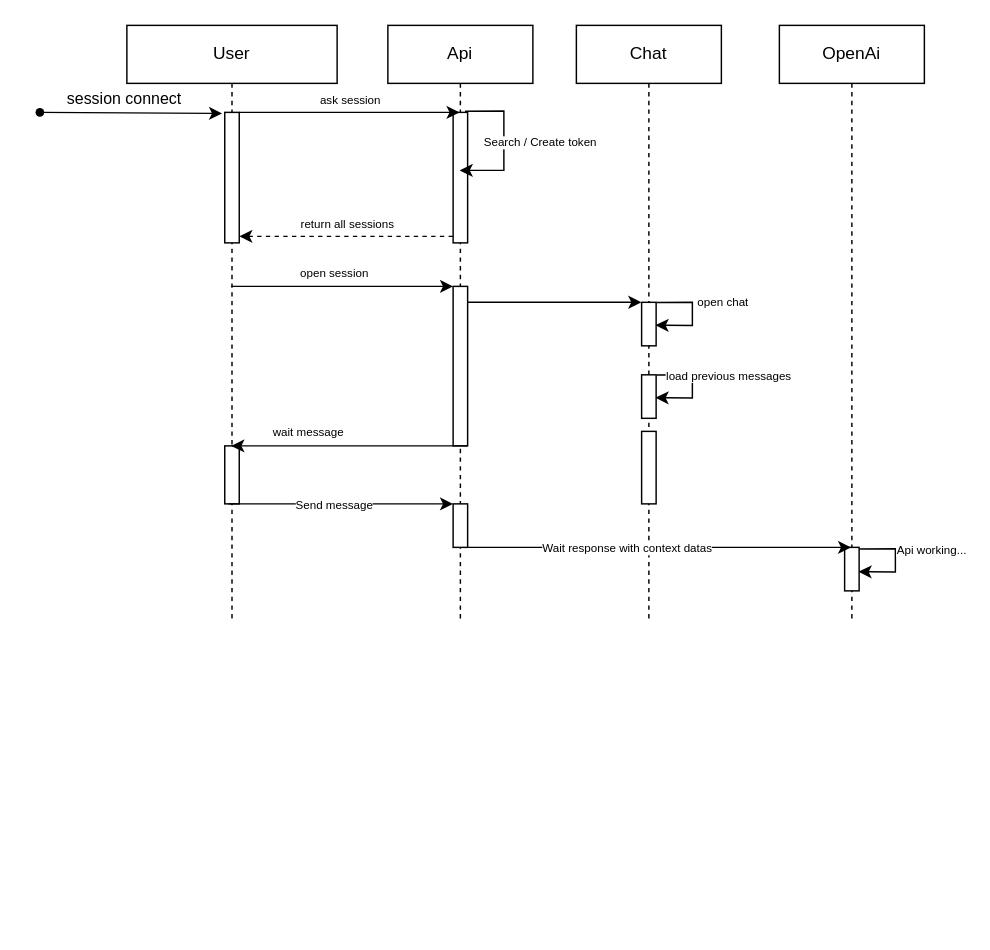
The draw.io diagram page "Sequence" (5 of 5) of UseCase.drawio in TheoPasquier/Ai-Personnality-chatting, before the edit. Source tidied: cells renumbered, new cells numbered last; positions are measured from the earlier drawing's top-left corner, leaving out a move shared by most shapes. Both pictures are drawn from the tidied source at 145%, with x=0, y=0 at pixel (25, 25).
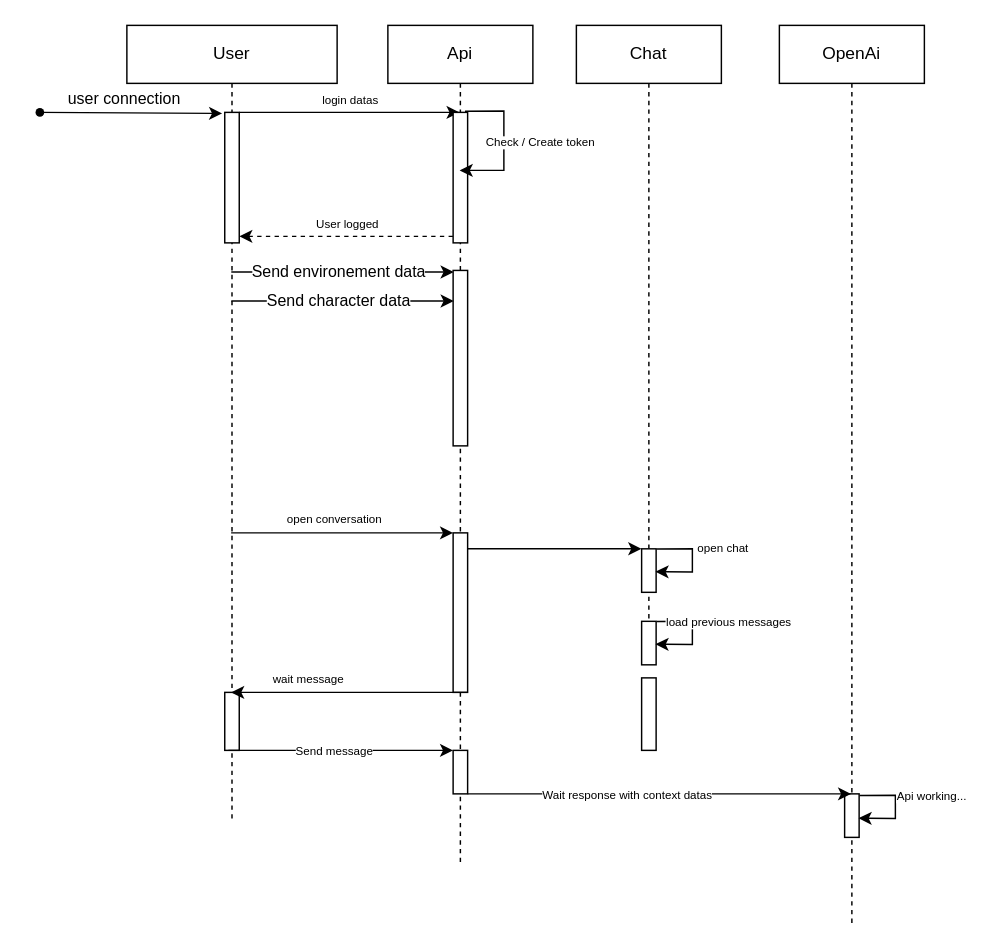
After the change.

Unchanged cells that the change refers to:
```xml
<mxCell id="3" style="html=1;points=[];perimeter=orthogonalPerimeter;" parent="2" vertex="1">
  <mxGeometry x="67.5" y="60" width="10" height="90" as="geometry" />
</mxCell>
<mxCell id="17" style="edgeStyle=none;rounded=0;jettySize=auto;html=1;entryX=-0.179;entryY=0.008;entryDx=0;entryDy=0;entryPerimeter=0;startArrow=none;startFill=0;endArrow=classic;endFill=1;" parent="1" edge="1" source="19" target="3">
  <mxGeometry relative="1" as="geometry" />
</mxCell>
<mxCell id="23" value="Chat" style="shape=umlLifeline;perimeter=lifelinePerimeter;whiteSpace=wrap;html=1;" parent="1" vertex="1">
  <mxGeometry x="380" width="100" height="410" as="geometry" />
</mxCell>
<mxCell id="24" style="group;" parent="23" vertex="1">
  <mxGeometry x="45" y="80" width="35" height="191" as="geometry" />
</mxCell>
```

The edit, as a diff of the source:
```diff
@@
+    <mxCell id="41" style="edgeStyle=orthogonalEdgeStyle;rounded=0;jettySize=auto;html=1;entryX=0.037;entryY=0.009;entryDx=0;entryDy=0;entryPerimeter=0;" parent="1" edge="1" source="2" target="43">
+      <mxGeometry relative="1" as="geometry">
+        <Array as="points">
+          <mxPoint x="200" y="170" />
+          <mxPoint x="200" y="170" />
+        </Array>
+      </mxGeometry>
+    </mxCell>
+    <mxCell id="42" value="Send environement data" style="edgeLabel;html=1;align=center;verticalAlign=middle;" parent="41" vertex="1">
+      <mxGeometry x="-0.28" relative="1" as="geometry">
+        <mxPoint x="18" y="-1" as="offset" />
+      </mxGeometry>
+    </mxCell>
     <mxCell id="2" value="User" style="shape=umlLifeline;perimeter=lifelinePerimeter;whiteSpace=wrap;html=1;outlineConnect=0;" parent="1" vertex="1">
-      <mxGeometry x="70" width="145" height="410" as="geometry" />
+      <mxGeometry x="70" width="145" height="550" as="geometry" />
     </mxCell>
@@
     <mxCell id="4" style="html=1;perimeter=orthogonalPerimeter;" parent="2" vertex="1">
-      <mxGeometry x="67.5" y="290" width="10" height="40" as="geometry" />
+      <mxGeometry x="67.5" y="460" width="10" height="40" as="geometry" />
     </mxCell>
     <mxCell id="5" value="OpenAi" style="shape=umlLifeline;perimeter=lifelinePerimeter;whiteSpace=wrap;html=1;outlineConnect=0;" parent="1" vertex="1">
-      <mxGeometry x="520" width="100" height="410" as="geometry" />
+      <mxGeometry x="520" width="100" height="620" as="geometry" />
     </mxCell>
     <mxCell id="6" style="rounded=0;whiteSpace=wrap;html=1;" parent="5" vertex="1">
-      <mxGeometry x="45" y="360" width="10" height="30" as="geometry" />
+      <mxGeometry x="45" y="530" width="10" height="30" as="geometry" />
     </mxCell>
     <mxCell id="7" value="Api" style="shape=umlLifeline;perimeter=lifelinePerimeter;whiteSpace=wrap;html=1;outlineConnect=0;" parent="1" vertex="1">
-      <mxGeometry x="250" width="100" height="410" as="geometry" />
+      <mxGeometry x="250" width="100" height="580" as="geometry" />
     </mxCell>
-    <mxCell id="8" style="html=1;points=[];perimeter=orthogonalPerimeter;" parent="7" vertex="1">
-      <mxGeometry x="45" y="60" width="10" height="90" as="geometry" />
-    </mxCell>
-    <mxCell id="9" style="endArrow=classic;html=1;rounded=0;exitX=0.821;exitY=-0.009;exitDx=0;exitDy=0;exitPerimeter=0;" parent="7" edge="1" source="8" target="7">
-      <mxGeometry relative="1" as="geometry">
-        <Array as="points">
-          <mxPoint x="80" y="59" />
-          <mxPoint x="80" y="100" />
-        </Array>
-      </mxGeometry>
-    </mxCell>
-    <mxCell id="10" value="Search / Create token" style="edgeLabel;html=1;align=center;verticalAlign=middle;fontSize=8;" parent="9" vertex="1">
-      <mxGeometry x="0.18" relative="1" as="geometry">
-        <mxPoint x="24" y="-10" as="offset" />
-      </mxGeometry>
-    </mxCell>
-    <mxCell id="11" style="html=1;points=[];perimeter=orthogonalPerimeter;" parent="7" vertex="1">
-      <mxGeometry x="45" y="180" width="10" height="110" as="geometry" />
-    </mxCell>
-    <mxCell id="12" style="edgeStyle=none;rounded=0;orthogonalLoop=1;jettySize=auto;html=1;fontSize=8;startArrow=none;startFill=0;endArrow=classic;endFill=1;" parent="7" edge="1">
-      <mxGeometry relative="1" as="geometry">
-        <mxPoint x="-110" y="330" as="sourcePoint" />
-        <mxPoint x="45" y="330" as="targetPoint" />
-      </mxGeometry>
-    </mxCell>
-    <mxCell id="13" value="Send message" style="edgeLabel;html=1;align=center;verticalAlign=middle;fontSize=8;" parent="12" vertex="1">
-      <mxGeometry x="-0.33" y="3" relative="1" as="geometry">
-        <mxPoint x="20" y="3" as="offset" />
-      </mxGeometry>
-    </mxCell>
-    <mxCell id="14" style="edgeStyle=none;rounded=0;jettySize=auto;html=1;fontSize=8;startArrow=none;startFill=0;endArrow=classic;endFill=1;" parent="7" edge="1" target="2">
-      <mxGeometry relative="1" as="geometry">
-        <mxPoint x="55" y="290" as="sourcePoint" />
-      </mxGeometry>
-    </mxCell>
-    <mxCell id="15" value="wait message" style="edgeLabel;html=1;align=center;verticalAlign=middle;fontSize=8;" parent="14" vertex="1">
-      <mxGeometry x="0.39" y="1" relative="1" as="geometry">
-        <mxPoint x="2" y="-11" as="offset" />
-      </mxGeometry>
-    </mxCell>
-    <mxCell id="16" value="&lt;font style=&quot;font-size: 8px;&quot;&gt;ask session&lt;/font&gt;" style="html=1;verticalAlign=bottom;endArrow=none;entryX=1;entryY=0;rounded=0;startArrow=classic;startFill=1;endFill=0;" parent="1" edge="1" source="7" target="3">
+    <mxCell id="16" value="&lt;font style=&quot;font-size: 8px;&quot;&gt;login datas&lt;/font&gt;" style="html=1;verticalAlign=bottom;endArrow=none;entryX=1;entryY=0;rounded=0;startArrow=classic;startFill=1;endFill=0;" parent="1" edge="1" source="7" target="3">
       <mxGeometry relative="1" as="geometry" />
     </mxCell>
@@
-    <mxCell id="18" value="session connect" style="edgeLabel;html=1;align=center;verticalAlign=middle;" parent="17" vertex="1">
+    <mxCell id="18" value="user connection" style="edgeLabel;html=1;align=center;verticalAlign=middle;" parent="17" vertex="1">
       <mxGeometry x="-0.58" y="-1" relative="1" as="geometry">
         <mxPoint x="32" y="-11" as="offset" />
       </mxGeometry>
     </mxCell>
@@
-    <mxCell id="20" value="&lt;font style=&quot;font-size: 8px;&quot;&gt;return all sessions&lt;/font&gt;" style="html=1;verticalAlign=bottom;endArrow=none;dashed=1;endSize=8;exitX=1;exitY=0.95;rounded=0;startArrow=classic;startFill=1;endFill=0;entryX=0.105;entryY=0.95;entryDx=0;entryDy=0;entryPerimeter=0;" parent="1" edge="1" source="3" target="8">
+    <mxCell id="20" value="&lt;font style=&quot;font-size: 8px;&quot;&gt;User logged&lt;/font&gt;" style="html=1;verticalAlign=bottom;endArrow=none;dashed=1;endSize=8;exitX=1;exitY=0.95;rounded=0;startArrow=classic;startFill=1;endFill=0;entryX=0.105;entryY=0.95;entryDx=0;entryDy=0;entryPerimeter=0;" parent="1" edge="1" source="3" target="8">
       <mxGeometry relative="1" as="geometry" />
     </mxCell>
-    <mxCell id="21" style="edgeStyle=none;rounded=0;jettySize=auto;html=1;fontSize=8;startArrow=classic;startFill=1;endArrow=none;endFill=0;" parent="1" edge="1" target="2">
+    <mxCell id="21" style="edgeStyle=none;rounded=0;orthogonalLoop=1;jettySize=auto;html=1;fontSize=8;startArrow=classic;startFill=1;endArrow=none;endFill=0;" parent="1" edge="1">
       <mxGeometry relative="1" as="geometry">
-        <mxPoint x="295" y="180" as="sourcePoint" />
+        <mxPoint x="295" y="350" as="sourcePoint" />
+        <mxPoint x="141.9" y="350" as="targetPoint" />
         <Array as="points">
-          <mxPoint x="200" y="180" />
+          <mxPoint x="200" y="350" />
         </Array>
       </mxGeometry>
     </mxCell>
-    <mxCell id="22" value="open session" style="edgeLabel;html=1;align=center;verticalAlign=middle;fontSize=8;" parent="21" vertex="1">
+    <mxCell id="22" value="open conversation" style="edgeLabel;html=1;align=center;verticalAlign=middle;fontSize=8;" parent="21" vertex="1">
       <mxGeometry x="0.14" relative="1" as="geometry">
         <mxPoint x="4" y="-10" as="offset" />
       </mxGeometry>
     </mxCell>
@@
     <mxCell id="25" style="group;" parent="24" vertex="1">
-      <mxGeometry y="161" width="35" height="30" as="geometry" />
+      <mxGeometry y="331" width="35" height="30" as="geometry" />
     </mxCell>
@@
     <mxCell id="29" style="group;" parent="24" vertex="1">
-      <mxGeometry y="111" width="35" height="30" as="geometry" />
+      <mxGeometry y="281" width="35" height="30" as="geometry" />
     </mxCell>
@@
     <mxCell id="33" style="group;" parent="23" vertex="1">
-      <mxGeometry x="45" y="280" width="35" height="50" as="geometry" />
+      <mxGeometry x="45" y="450" width="35" height="50" as="geometry" />
     </mxCell>
@@
-    <mxCell id="35" style="edgeStyle=none;rounded=0;jettySize=auto;html=1;fontSize=8;startArrow=none;startFill=0;endArrow=classic;endFill=1;" parent="23" edge="1" target="5">
+    <mxCell id="35" style="edgeStyle=none;rounded=0;orthogonalLoop=1;jettySize=auto;html=1;fontSize=8;startArrow=none;startFill=0;endArrow=classic;endFill=1;" parent="23" edge="1">
       <mxGeometry relative="1" as="geometry">
-        <mxPoint x="-75" y="360" as="sourcePoint" />
+        <mxPoint x="-75" y="530" as="sourcePoint" />
+        <mxPoint x="189.5" y="530" as="targetPoint" />
       </mxGeometry>
     </mxCell>
@@
     <mxCell id="38" style="html=1;perimeter=orthogonalPerimeter;" parent="1" vertex="1">
-      <mxGeometry x="295" y="330" width="10" height="30" as="geometry" />
+      <mxGeometry x="295" y="500" width="10" height="30" as="geometry" />
     </mxCell>
     <mxCell id="39" style="endArrow=classic;html=1;rounded=0;fontSize=8;entryX=0.957;entryY=0.527;entryDx=0;entryDy=0;entryPerimeter=0;exitX=1.033;exitY=0.004;exitDx=0;exitDy=0;exitPerimeter=0;" parent="1" edge="1">
       <mxGeometry relative="1" as="geometry">
-        <mxPoint x="575.3" y="361.1" as="sourcePoint" />
-        <mxPoint x="574.6" y="376.8" as="targetPoint" />
+        <mxPoint x="575.3" y="531.1" as="sourcePoint" />
+        <mxPoint x="574.6" y="546.8" as="targetPoint" />
         <Array as="points">
-          <mxPoint x="600" y="361" />
-          <mxPoint x="600" y="377" />
+          <mxPoint x="600" y="531" />
+          <mxPoint x="600" y="547" />
         </Array>
       </mxGeometry>
     </mxCell>
@@
+    <mxCell id="8" style="html=1;points=[];perimeter=orthogonalPerimeter;" parent="1" vertex="1">
+      <mxGeometry x="295" y="60" width="10" height="90" as="geometry" />
+    </mxCell>
+    <mxCell id="9" style="endArrow=classic;html=1;rounded=0;exitX=0.821;exitY=-0.009;exitDx=0;exitDy=0;exitPerimeter=0;" parent="1" edge="1" source="8" target="7">
+      <mxGeometry relative="1" as="geometry">
+        <Array as="points">
+          <mxPoint x="330" y="59" />
+          <mxPoint x="330" y="100" />
+        </Array>
+      </mxGeometry>
+    </mxCell>
+    <mxCell id="10" value="Check / Create token" style="edgeLabel;html=1;align=center;verticalAlign=middle;fontSize=8;" parent="9" vertex="1">
+      <mxGeometry x="0.18" relative="1" as="geometry">
+        <mxPoint x="24" y="-10" as="offset" />
+      </mxGeometry>
+    </mxCell>
+    <mxCell id="11" style="html=1;points=[];perimeter=orthogonalPerimeter;" parent="1" vertex="1">
+      <mxGeometry x="295" y="350" width="10" height="110" as="geometry" />
+    </mxCell>
+    <mxCell id="12" style="edgeStyle=none;rounded=0;orthogonalLoop=1;jettySize=auto;html=1;fontSize=8;startArrow=none;startFill=0;endArrow=classic;endFill=1;" parent="1" edge="1">
+      <mxGeometry relative="1" as="geometry">
+        <mxPoint x="140" y="500" as="sourcePoint" />
+        <mxPoint x="295" y="500" as="targetPoint" />
+      </mxGeometry>
+    </mxCell>
+    <mxCell id="13" value="Send message" style="edgeLabel;html=1;align=center;verticalAlign=middle;fontSize=8;" parent="12" vertex="1">
+      <mxGeometry x="-0.33" y="3" relative="1" as="geometry">
+        <mxPoint x="20" y="3" as="offset" />
+      </mxGeometry>
+    </mxCell>
+    <mxCell id="14" style="edgeStyle=none;rounded=0;orthogonalLoop=1;jettySize=auto;html=1;fontSize=8;startArrow=none;startFill=0;endArrow=classic;endFill=1;" parent="1" edge="1">
+      <mxGeometry relative="1" as="geometry">
+        <mxPoint x="305" y="460" as="sourcePoint" />
+        <mxPoint x="141.9" y="460" as="targetPoint" />
+      </mxGeometry>
+    </mxCell>
+    <mxCell id="15" value="wait message" style="edgeLabel;html=1;align=center;verticalAlign=middle;fontSize=8;" parent="14" vertex="1">
+      <mxGeometry x="0.39" y="1" relative="1" as="geometry">
+        <mxPoint x="2" y="-11" as="offset" />
+      </mxGeometry>
+    </mxCell>
+    <mxCell id="43" style="html=1;points=[];perimeter=orthogonalPerimeter;" parent="1" vertex="1">
+      <mxGeometry x="295" y="169" width="10" height="121" as="geometry" />
+    </mxCell>
+    <mxCell id="44" style="edgeStyle=orthogonalEdgeStyle;rounded=0;jettySize=auto;html=1;entryX=0.037;entryY=0.009;entryDx=0;entryDy=0;entryPerimeter=0;" parent="1" edge="1" source="2">
+      <mxGeometry relative="1" as="geometry">
+        <mxPoint x="295.4" y="190.1" as="targetPoint" />
+        <Array as="points">
+          <mxPoint x="190" y="190" />
+          <mxPoint x="190" y="190" />
+        </Array>
+      </mxGeometry>
+    </mxCell>
+    <mxCell id="45" value="Send character data" style="edgeLabel;html=1;align=center;verticalAlign=middle;" parent="44" vertex="1">
+      <mxGeometry x="-0.28" relative="1" as="geometry">
+        <mxPoint x="18" y="-1" as="offset" />
+      </mxGeometry>
+    </mxCell>
```
